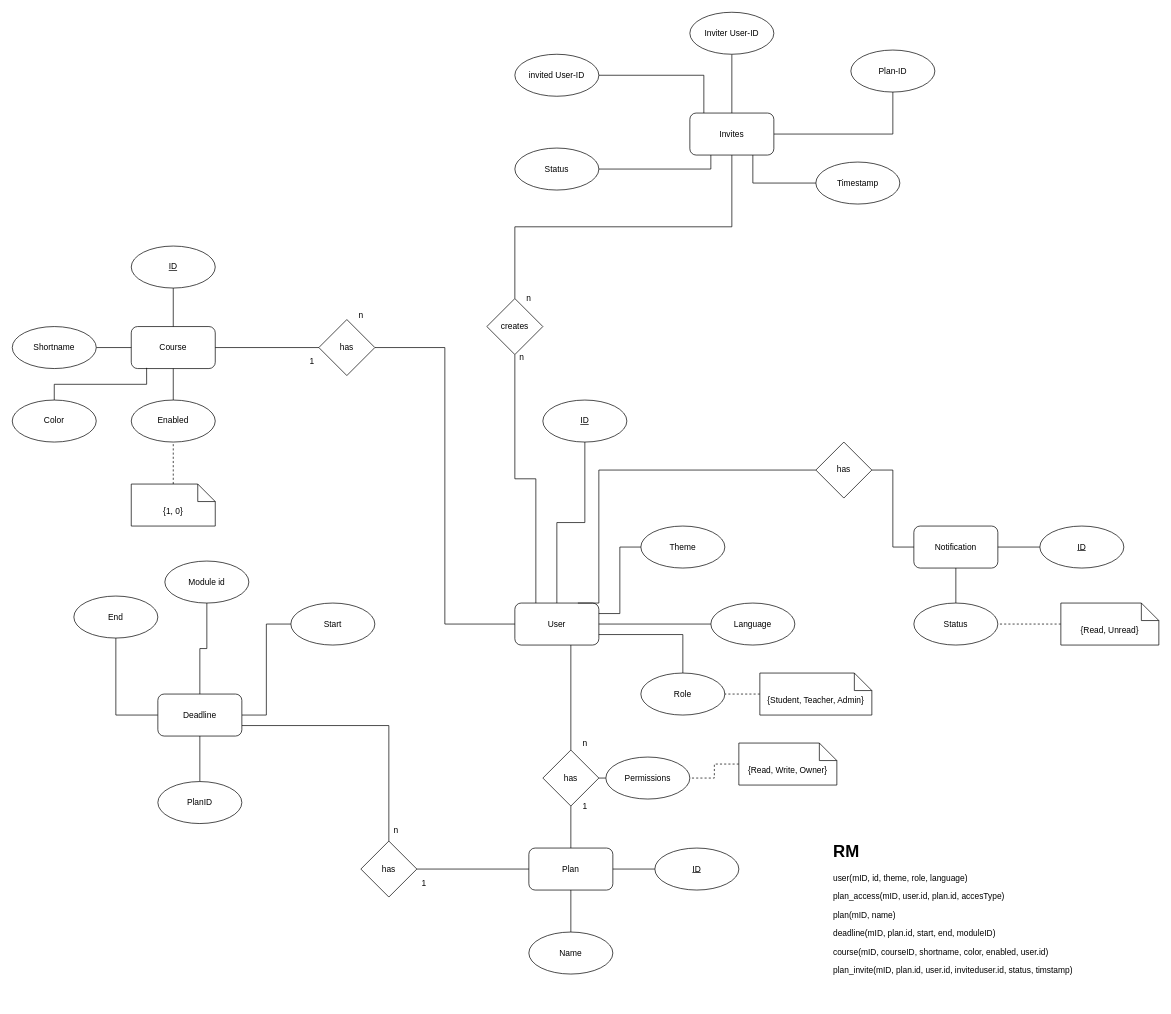
This is page "LB Planner.php" (2 of 2) of LB Planner ERD.drawio from necodeIT/lb_planner, a draw.io file, before an edit. Source tidied: cells renumbered, new cells numbered last; positions are measured from the earlier drawing's top-left corner, leaving out a move shared by most shapes. Both pictures are drawn from the tidied source at 70%, with x=0, y=0 at pixel (12, 12).
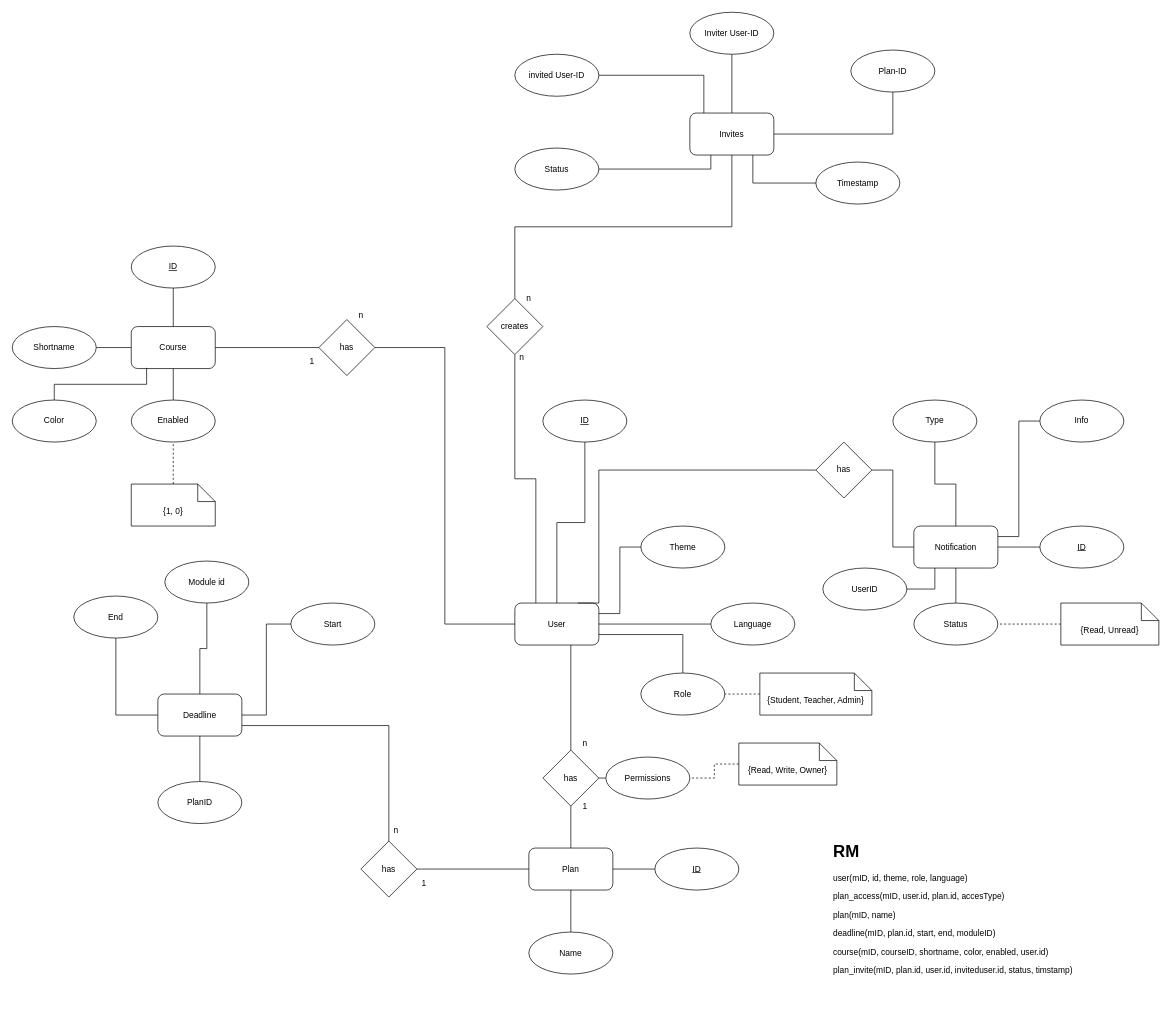
After the change.

Unchanged cells that the change refers to:
```xml
<mxCell id="49" value="Notification" style="rounded=1;whiteSpace=wrap;html=1;" parent="1" vertex="1">
  <mxGeometry x="1288" y="734" width="120" height="60" as="geometry" />
</mxCell>
```

Diff of the diagram source:
```diff
@@
+    <mxCell id="84" style="edgeStyle=orthogonalEdgeStyle;rounded=0;jettySize=auto;html=1;endArrow=none;endFill=0;" parent="1" edge="1" source="85" target="49">
+      <mxGeometry relative="1" as="geometry" />
+    </mxCell>
+    <mxCell id="85" value="Type" style="ellipse;whiteSpace=wrap;html=1;" parent="1" vertex="1">
+      <mxGeometry x="1258" y="554" width="120" height="60" as="geometry" />
+    </mxCell>
+    <mxCell id="86" style="edgeStyle=orthogonalEdgeStyle;rounded=0;jettySize=auto;html=1;entryX=1;entryY=0.25;entryDx=0;entryDy=0;endArrow=none;endFill=0;" parent="1" edge="1" source="87" target="49">
+      <mxGeometry relative="1" as="geometry" />
+    </mxCell>
+    <mxCell id="87" value="Info" style="ellipse;whiteSpace=wrap;html=1;" parent="1" vertex="1">
+      <mxGeometry x="1468" y="554" width="120" height="60" as="geometry" />
+    </mxCell>
+    <mxCell id="88" style="edgeStyle=orthogonalEdgeStyle;rounded=0;jettySize=auto;html=1;entryX=0.25;entryY=1;entryDx=0;entryDy=0;endArrow=none;endFill=0;" parent="1" edge="1" source="89" target="49">
+      <mxGeometry relative="1" as="geometry" />
+    </mxCell>
+    <mxCell id="89" value="UserID" style="ellipse;whiteSpace=wrap;html=1;" parent="1" vertex="1">
+      <mxGeometry x="1158" y="794" width="120" height="60" as="geometry" />
+    </mxCell>
```
